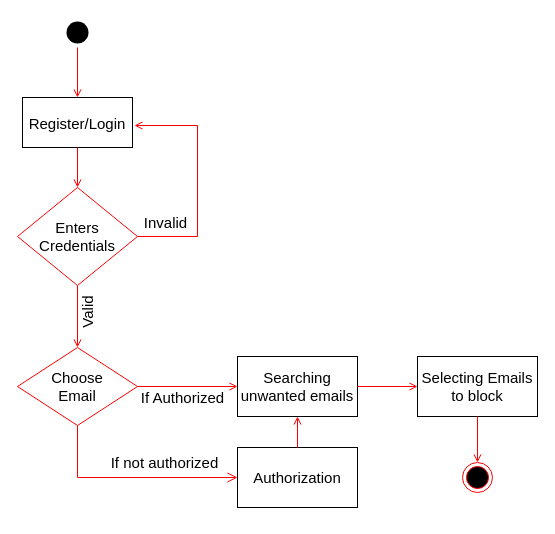
Above: Activity Diagram.drawio in Yash7200/CP-3 (draw.io), before the change. Source tidied: cells renumbered, new cells numbered last; positions are measured from the earlier drawing's top-left corner, leaving out a move shared by most shapes. Both pictures are drawn from the tidied source at 100%, with x=0, y=0 at pixel (-9, 17).
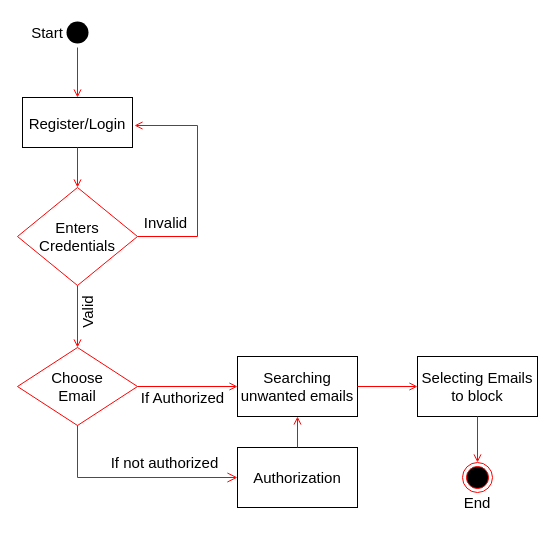
The same diagram, later.

Change to the diagram source:
```diff
@@
+    <mxCell id="23" value="&lt;font style=&quot;font-size: 15px;&quot;&gt;Start&lt;/font&gt;" style="text;html=1;strokeColor=none;fillColor=none;align=center;verticalAlign=middle;whiteSpace=wrap;rounded=0;" parent="1" vertex="1">
+      <mxGeometry x="26" width="60" height="30" as="geometry" />
+    </mxCell>
+    <mxCell id="24" value="&lt;font style=&quot;font-size: 15px;&quot;&gt;End&lt;/font&gt;" style="text;html=1;strokeColor=none;fillColor=none;align=center;verticalAlign=middle;whiteSpace=wrap;rounded=0;" parent="1" vertex="1">
+      <mxGeometry x="456" y="470" width="60" height="30" as="geometry" />
+    </mxCell>
```
